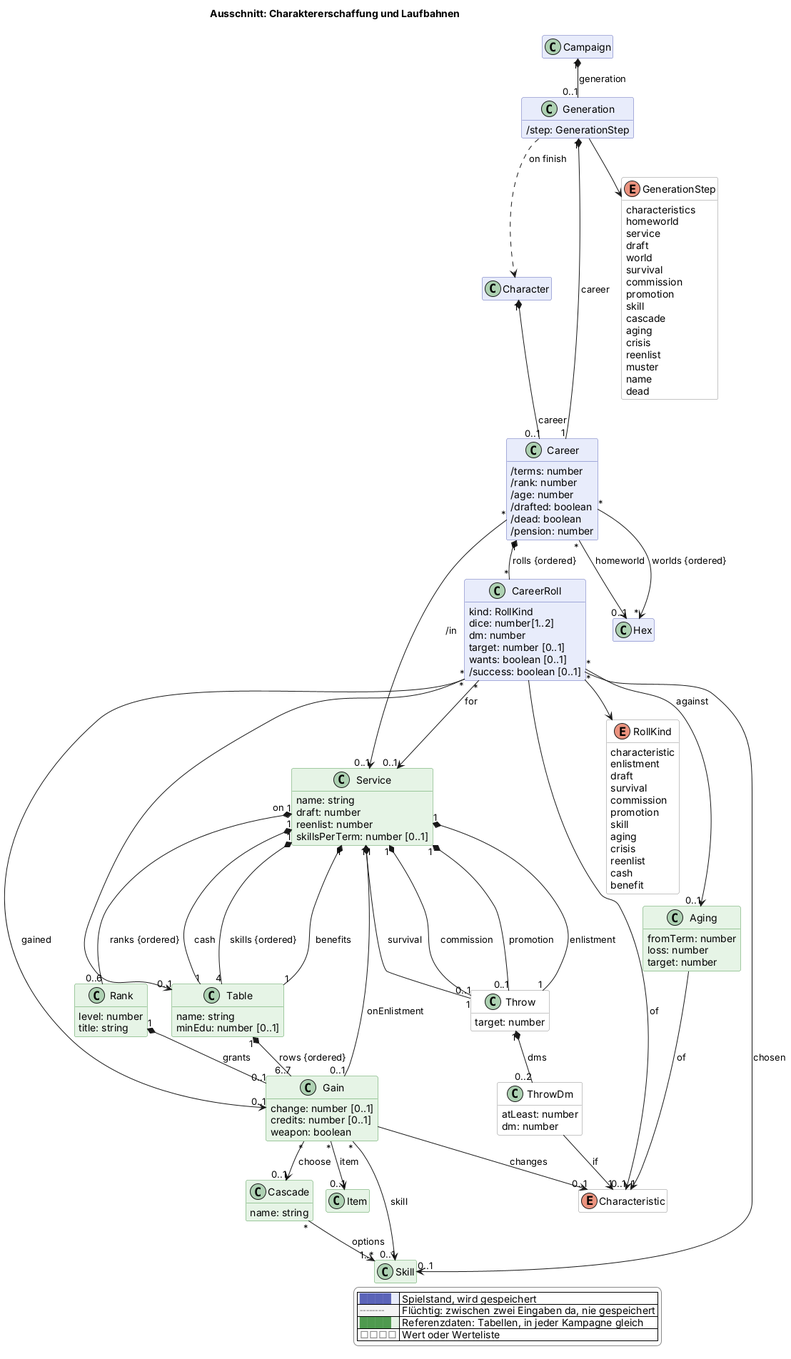
The PlantUML diagram docs/views/erschaffung.png in scuzzar/SRE, before a commit.
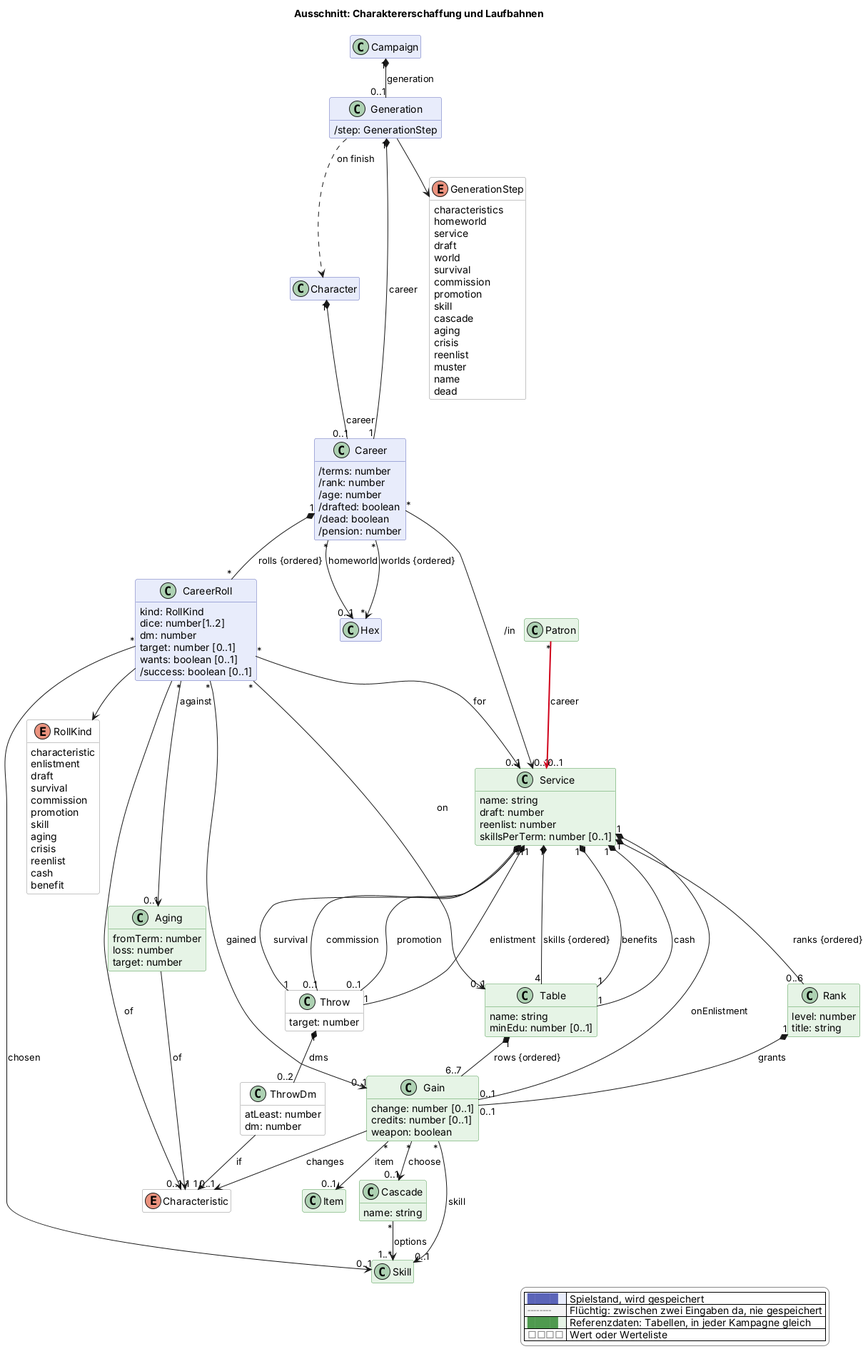
Above is the later version.

Diff of the diagram source:
```diff
@@ -93,6 +93,7 @@
 
 
 
+  class Patron <<reference>> $begegnung
 
   class Skill <<reference>> $charakter
   class Service <<reference>> $erschaffung {
@@ -206,6 +207,7 @@
 
 
 
+Patron "*" -$newArrow("2026-11-14b")-> "0..1" Service : career
 
 
 
```
